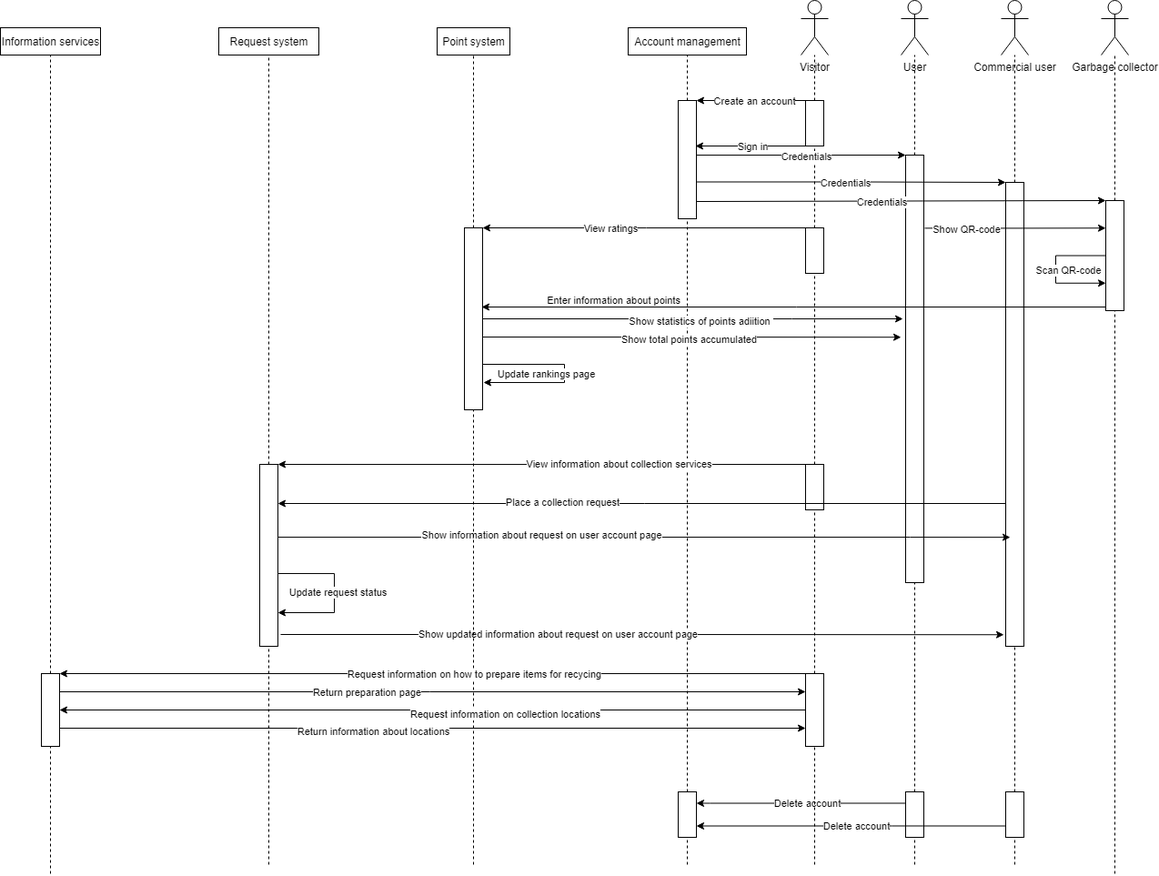
Above: docs/Diagrams/Sequence Diagram.png in YuriyLisovskiy/EasyRecycle (draw.io), before the change. Source tidied: cells renumbered, new cells last; positions are measured from the earlier drawing's top-left corner, leaving out a move shared by most shapes.
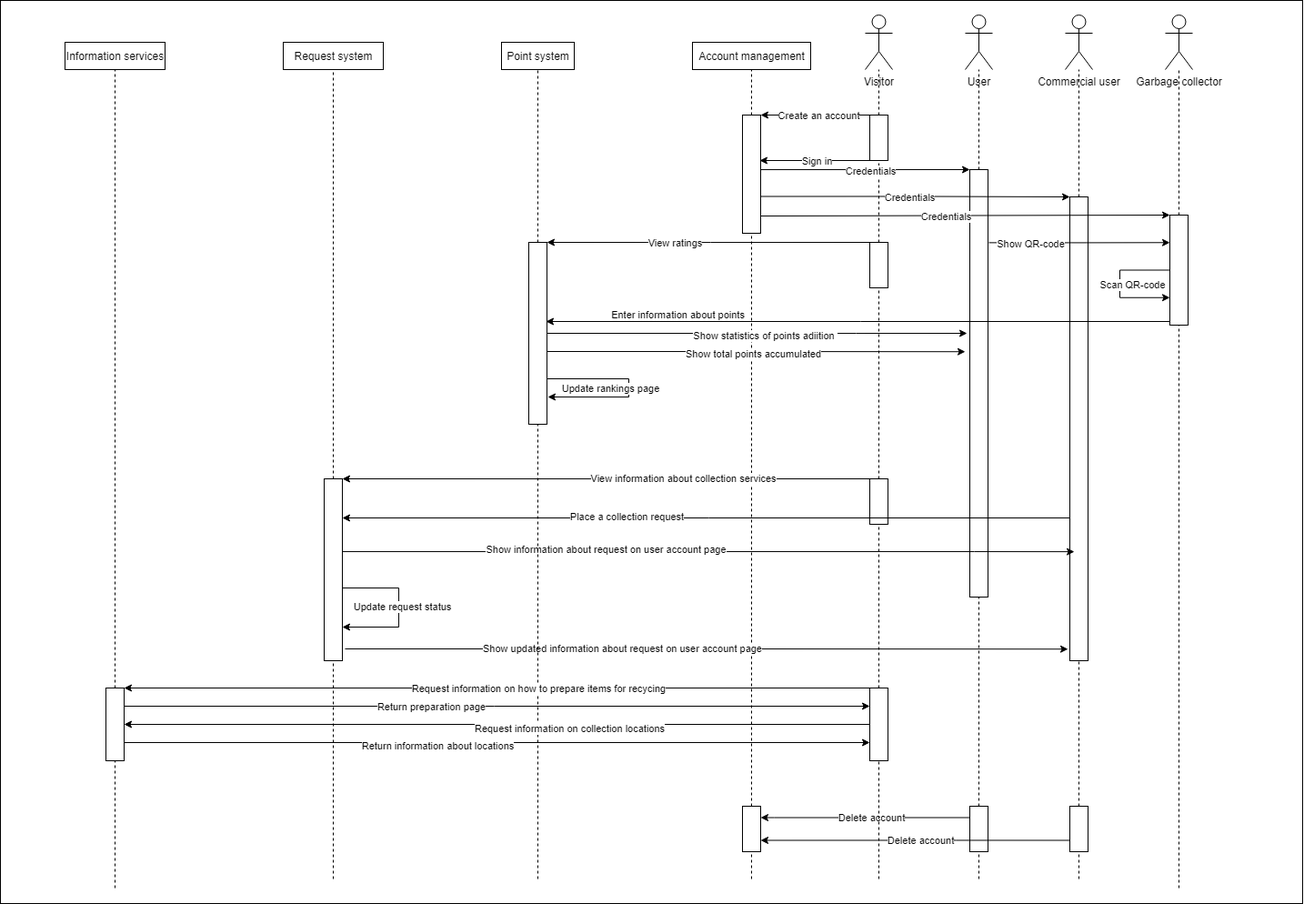
After the commit.

Diff of the diagram source:
```diff
@@ -2,6 +2,9 @@
   <root>
     <mxCell id="0" />
     <mxCell id="1" parent="0" />
+    <mxCell id="91" style="rounded=0;whiteSpace=wrap;html=1;" parent="1" vertex="1">
+      <mxGeometry x="-71" y="-16" width="1432" height="993" as="geometry" />
+    </mxCell>
     <mxCell id="2" value="Visitor" style="shape=umlActor;verticalLabelPosition=bottom;verticalAlign=top;html=1;" parent="1" vertex="1">
       <mxGeometry x="880" width="30" height="60" as="geometry" />
     </mxCell>
```
